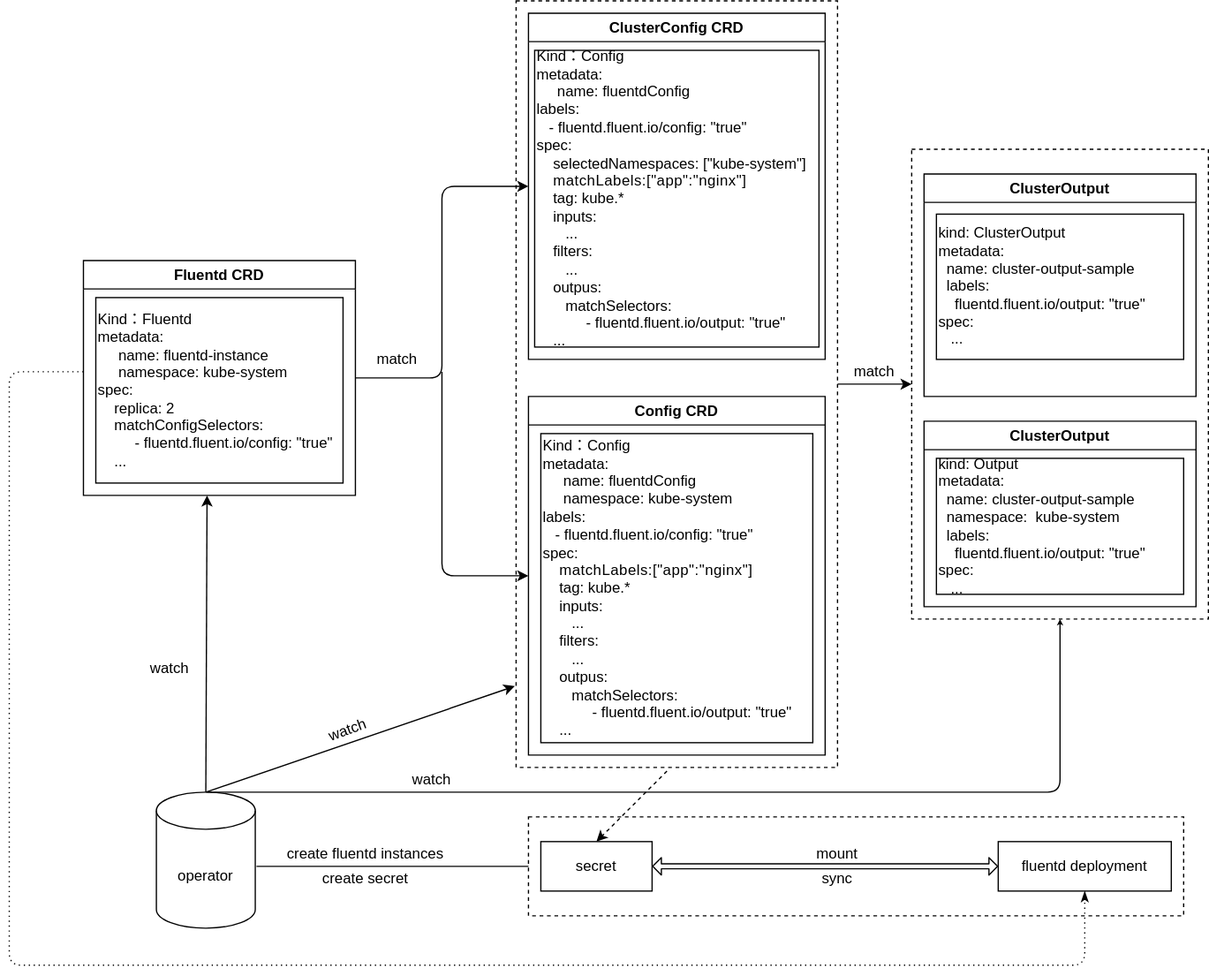
Before: images/fluentd-operator.svg, a diagram exported from draw.io (zhu733756/bedpic). Source tidied: cells renumbered, new cells last; positions are measured from the earlier drawing's top-left corner, leaving out a move shared by most shapes.
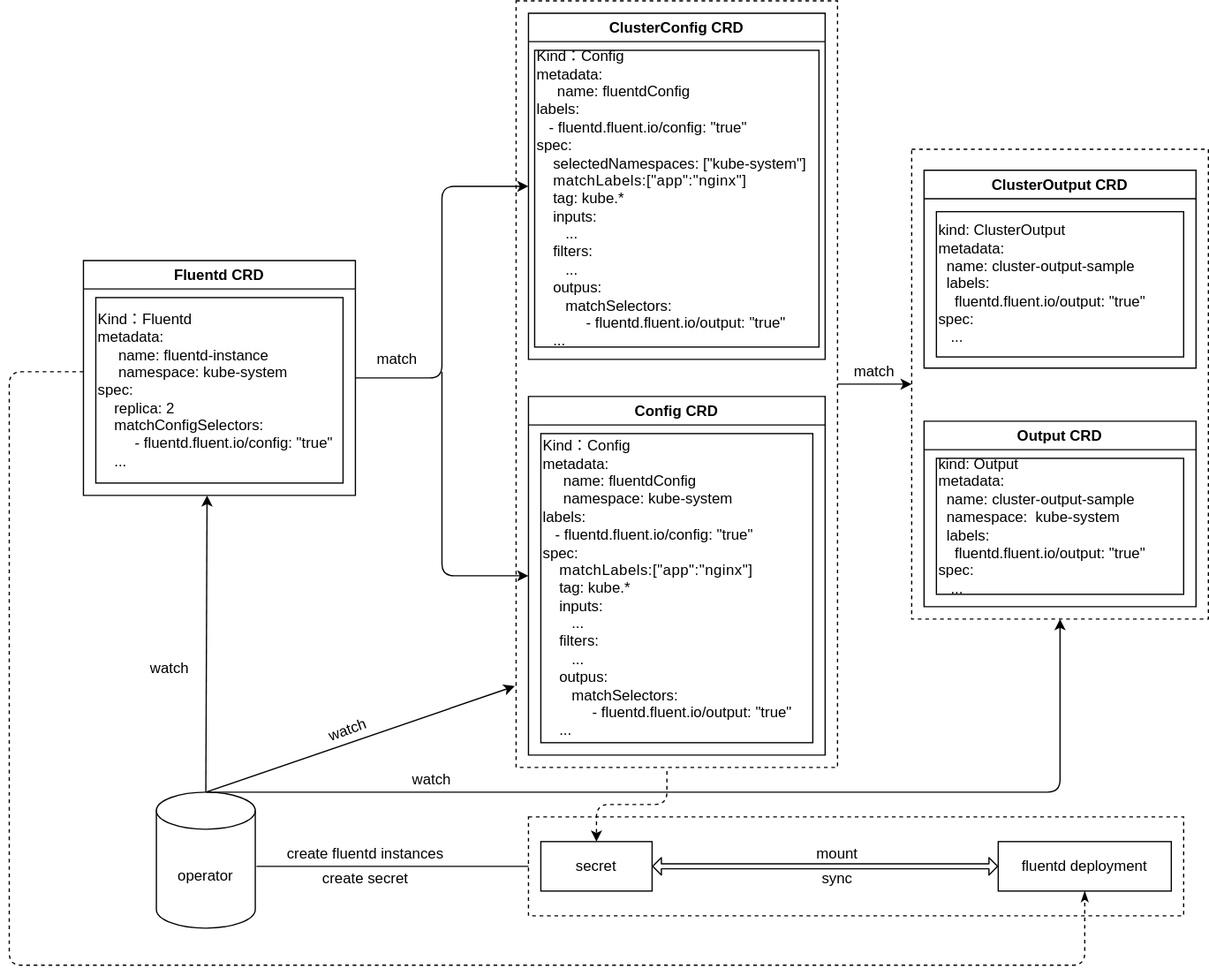
Above is the later version.

Diff of the diagram source:
```diff
@@ -95,12 +95,16 @@
     <mxCell id="27" value="create secret&amp;nbsp;" style="text;html=1;strokeColor=none;fillColor=none;align=center;verticalAlign=middle;whiteSpace=wrap;rounded=0;" parent="1" vertex="1">
       <mxGeometry x="215" y="700" width="150" height="20" as="geometry" />
     </mxCell>
-    <mxCell id="28" style="endArrow=classic;html=1;startSize=6;endSize=6;dashed=1;entryX=0.5;entryY=0;entryDx=0;entryDy=0;strokeWidth=1;" parent="1" edge="1" target="21">
+    <mxCell id="28" style="endArrow=classic;html=1;startSize=6;endSize=6;dashed=1;entryX=0.5;entryY=0;entryDx=0;entryDy=0;strokeWidth=1;rounded=1;" parent="1" edge="1" target="21">
       <mxGeometry relative="1" as="geometry">
         <mxPoint x="532" y="623" as="sourcePoint" />
+        <Array as="points">
+          <mxPoint x="532" y="650" />
+          <mxPoint x="475" y="650" />
+        </Array>
       </mxGeometry>
     </mxCell>
-    <mxCell id="29" style="edgeStyle=orthogonalEdgeStyle;rounded=1;jettySize=auto;html=1;startSize=2;endSize=2;" parent="1" edge="1" target="30">
+    <mxCell id="29" style="edgeStyle=orthogonalEdgeStyle;rounded=1;jettySize=auto;html=1;startSize=6;endSize=6;" parent="1" edge="1" target="30">
       <mxGeometry relative="1" as="geometry">
         <mxPoint x="160" y="640" as="sourcePoint" />
         <Array as="points">
@@ -111,25 +115,19 @@
     <mxCell id="30" style="rounded=0;whiteSpace=wrap;html=1;dashed=1;" parent="1" vertex="1">
       <mxGeometry x="730" y="120" width="240" height="380" as="geometry" />
     </mxCell>
-    <mxCell id="31" value="ClusterOutput" style="swimlane;" parent="1" vertex="1">
-      <mxGeometry x="740" y="140" width="220" height="180" as="geometry" />
+    <mxCell id="31" value="ClusterOutput CRD" style="swimlane;" parent="1" vertex="1">
+      <mxGeometry x="740" y="137" width="220" height="160" as="geometry" />
     </mxCell>
-    <mxCell id="32" value="&lt;div&gt;&lt;span&gt;&lt;br&gt;&lt;/span&gt;&lt;/div&gt;&lt;div&gt;&lt;span&gt;&lt;br&gt;&lt;/span&gt;&lt;/div&gt;&lt;div&gt;&lt;span&gt;&lt;br&gt;&lt;/span&gt;&lt;/div&gt;&lt;div&gt;&lt;span&gt;&lt;br&gt;&lt;/span&gt;&lt;/div&gt;&lt;div&gt;&lt;span&gt;kind: ClusterOutput&lt;/span&gt;&lt;br&gt;&lt;/div&gt;&lt;div&gt;metadata:&lt;/div&gt;&lt;div&gt;&amp;nbsp; name: cluster-output-sample&lt;/div&gt;&lt;div&gt;&amp;nbsp; labels:&lt;/div&gt;&lt;div&gt;&amp;nbsp; &amp;nbsp; fluentd.fluent.io/output: &quot;true&quot;&lt;/div&gt;&lt;div&gt;spec:&lt;/div&gt;&lt;div&gt;&amp;nbsp; &amp;nbsp;...&lt;/div&gt;&lt;div&gt;&lt;br&gt;&lt;/div&gt;&lt;div&gt;&lt;br&gt;&lt;/div&gt;&lt;div&gt;&lt;br&gt;&lt;/div&gt;&lt;div&gt;&lt;br&gt;&lt;/div&gt;" style="whiteSpace=wrap;html=1;align=left;" parent="31" vertex="1">
-      <mxGeometry x="10" y="32.5" width="200" height="117.5" as="geometry" />
-    </mxCell>
-    <mxCell id="33" value="ClusterOutput" style="swimlane;" parent="1" vertex="1">
+    <mxCell id="33" value="Output CRD" style="swimlane;startSize=23;" parent="1" vertex="1">
       <mxGeometry x="740" y="340" width="220" height="150" as="geometry" />
     </mxCell>
-    <mxCell id="34" value="&lt;div&gt;&lt;span&gt;&lt;br&gt;&lt;/span&gt;&lt;/div&gt;&lt;div&gt;&lt;span&gt;&lt;br&gt;&lt;/span&gt;&lt;/div&gt;&lt;div&gt;&lt;span&gt;&lt;br&gt;&lt;/span&gt;&lt;/div&gt;&lt;div&gt;&lt;span&gt;&lt;br&gt;&lt;/span&gt;&lt;/div&gt;&lt;div&gt;&lt;span&gt;kind: Output&lt;/span&gt;&lt;br&gt;&lt;/div&gt;&lt;div&gt;metadata:&lt;/div&gt;&lt;div&gt;&amp;nbsp; name: cluster-output-sample&lt;/div&gt;&lt;div&gt;&amp;nbsp; namespace:&amp;nbsp; kube-system&lt;/div&gt;&lt;div&gt;&amp;nbsp; labels:&lt;/div&gt;&lt;div&gt;&amp;nbsp; &amp;nbsp; fluentd.fluent.io/output: &quot;true&quot;&lt;/div&gt;&lt;div&gt;spec:&lt;/div&gt;&lt;div&gt;&amp;nbsp; &amp;nbsp;...&lt;/div&gt;&lt;div&gt;&lt;br&gt;&lt;/div&gt;&lt;div&gt;&lt;br&gt;&lt;/div&gt;&lt;div&gt;&lt;br&gt;&lt;/div&gt;&lt;div&gt;&lt;br&gt;&lt;/div&gt;" style="whiteSpace=wrap;html=1;align=left;" parent="33" vertex="1">
-      <mxGeometry x="10" y="30" width="200" height="110" as="geometry" />
-    </mxCell>
     <mxCell id="35" style="endArrow=classic;html=1;exitX=1;exitY=0.5;exitDx=0;exitDy=0;entryX=0;entryY=0.5;entryDx=0;entryDy=0;" parent="1" edge="1" source="2" target="30">
       <mxGeometry relative="1" as="geometry" />
     </mxCell>
     <mxCell id="36" value="watch" style="text;html=1;strokeColor=none;fillColor=none;align=center;verticalAlign=middle;whiteSpace=wrap;rounded=0;rotation=0;" parent="1" vertex="1">
       <mxGeometry x="302.2" y="610" width="80" height="40" as="geometry" />
     </mxCell>
-    <mxCell id="37" style="endArrow=classicThin;dashed=1;html=1;dashPattern=1 3;strokeWidth=1;exitX=0.5;exitY=1;exitDx=0;exitDy=0;startArrow=none;startFill=0;endFill=1;entryX=0.5;entryY=1;entryDx=0;entryDy=0;" parent="1" edge="1" target="22">
+    <mxCell id="37" style="endArrow=classicThin;dashed=1;html=1;strokeWidth=1;exitX=0.5;exitY=1;exitDx=0;exitDy=0;startArrow=none;startFill=0;endFill=1;entryX=0.5;entryY=1;entryDx=0;entryDy=0;" parent="1" edge="1" target="22">
       <mxGeometry relative="1" as="geometry">
         <mxPoint x="60" y="300" as="sourcePoint" />
         <Array as="points">
@@ -139,5 +137,11 @@
         </Array>
       </mxGeometry>
     </mxCell>
+    <mxCell id="34" value="&lt;div&gt;&lt;span&gt;&lt;br&gt;&lt;/span&gt;&lt;/div&gt;&lt;div&gt;&lt;span&gt;&lt;br&gt;&lt;/span&gt;&lt;/div&gt;&lt;div&gt;&lt;span&gt;&lt;br&gt;&lt;/span&gt;&lt;/div&gt;&lt;div&gt;&lt;span&gt;&lt;br&gt;&lt;/span&gt;&lt;/div&gt;&lt;div&gt;&lt;span&gt;kind: Output&lt;/span&gt;&lt;br&gt;&lt;/div&gt;&lt;div&gt;metadata:&lt;/div&gt;&lt;div&gt;&amp;nbsp; name: cluster-output-sample&lt;/div&gt;&lt;div&gt;&amp;nbsp; namespace:&amp;nbsp; kube-system&lt;/div&gt;&lt;div&gt;&amp;nbsp; labels:&lt;/div&gt;&lt;div&gt;&amp;nbsp; &amp;nbsp; fluentd.fluent.io/output: &quot;true&quot;&lt;/div&gt;&lt;div&gt;spec:&lt;/div&gt;&lt;div&gt;&amp;nbsp; &amp;nbsp;...&lt;/div&gt;&lt;div&gt;&lt;br&gt;&lt;/div&gt;&lt;div&gt;&lt;br&gt;&lt;/div&gt;&lt;div&gt;&lt;br&gt;&lt;/div&gt;&lt;div&gt;&lt;br&gt;&lt;/div&gt;" style="whiteSpace=wrap;html=1;align=left;" parent="1" vertex="1">
+      <mxGeometry x="750" y="370" width="200" height="110" as="geometry" />
+    </mxCell>
+    <mxCell id="32" value="&lt;div&gt;&lt;span&gt;&lt;br&gt;&lt;/span&gt;&lt;/div&gt;&lt;div&gt;&lt;span&gt;&lt;br&gt;&lt;/span&gt;&lt;/div&gt;&lt;div&gt;&lt;span&gt;&lt;br&gt;&lt;/span&gt;&lt;/div&gt;&lt;div&gt;&lt;span&gt;&lt;br&gt;&lt;/span&gt;&lt;/div&gt;&lt;div&gt;&lt;span&gt;kind: ClusterOutput&lt;/span&gt;&lt;br&gt;&lt;/div&gt;&lt;div&gt;metadata:&lt;/div&gt;&lt;div&gt;&amp;nbsp; name: cluster-output-sample&lt;/div&gt;&lt;div&gt;&amp;nbsp; labels:&lt;/div&gt;&lt;div&gt;&amp;nbsp; &amp;nbsp; fluentd.fluent.io/output: &quot;true&quot;&lt;/div&gt;&lt;div&gt;spec:&lt;/div&gt;&lt;div&gt;&amp;nbsp; &amp;nbsp;...&lt;/div&gt;&lt;div&gt;&lt;br&gt;&lt;/div&gt;&lt;div&gt;&lt;br&gt;&lt;/div&gt;&lt;div&gt;&lt;br&gt;&lt;/div&gt;&lt;div&gt;&lt;br&gt;&lt;/div&gt;" style="whiteSpace=wrap;html=1;align=left;" parent="1" vertex="1">
+      <mxGeometry x="750" y="170.5" width="200" height="117.5" as="geometry" />
+    </mxCell>
   </root>
 </mxGraphModel>
```
